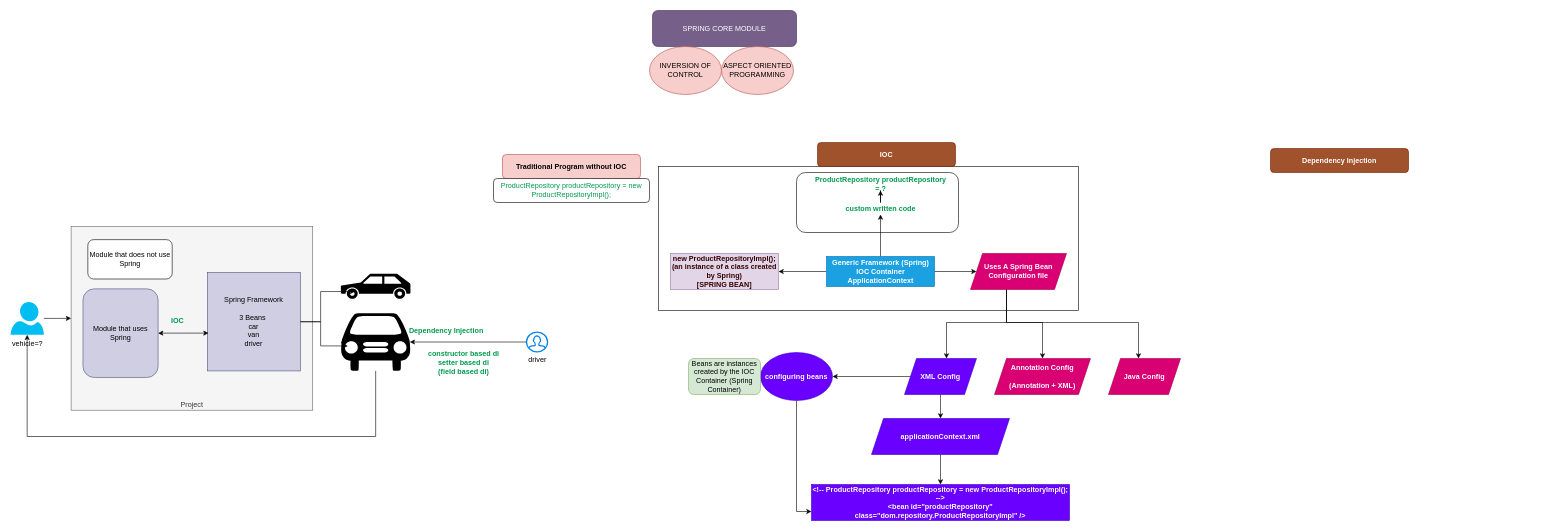
Above: page "spring-core" (2 of 3) of spring-core.drawio in ujjawal09/spring-github (draw.io), before the change. Source tidied: cells renumbered, new cells numbered last; positions are measured from the earlier drawing's top-left corner, leaving out a move shared by most shapes. Both pictures are drawn from the tidied source at 60%, with x=0, y=0 at pixel (10, 10).
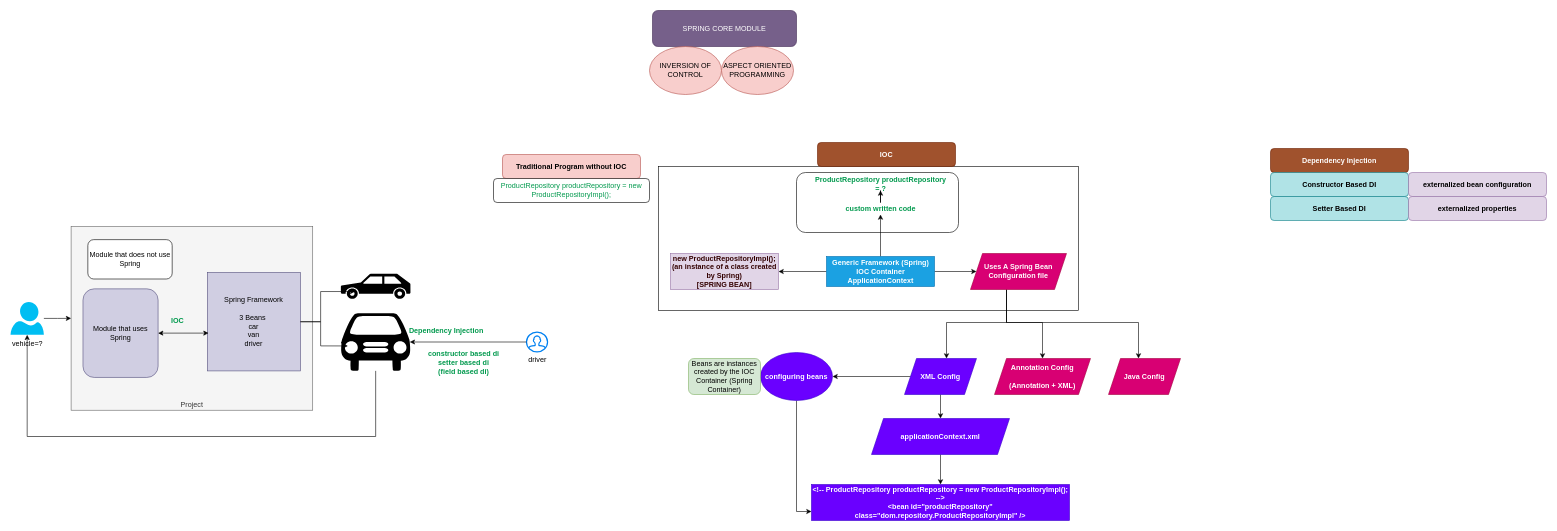
Above is the later version.

What changed in the source:
```diff
@@
+    <mxCell id="54" value="Constructor Based DI" style="rounded=1;whiteSpace=wrap;html=1;fillColor=#b0e3e6;strokeColor=#0e8088;fontStyle=1;" parent="1" vertex="1">
+      <mxGeometry x="2100" y="270" width="230" height="40" as="geometry" />
+    </mxCell>
+    <mxCell id="55" value="Setter Based DI" style="rounded=1;whiteSpace=wrap;html=1;fillColor=#b0e3e6;strokeColor=#0e8088;fontStyle=1;" parent="1" vertex="1">
+      <mxGeometry x="2100" y="310" width="230" height="40" as="geometry" />
+    </mxCell>
+    <mxCell id="56" value="externalized bean configuration" style="rounded=1;whiteSpace=wrap;html=1;fillColor=#e1d5e7;strokeColor=#9673a6;fontStyle=1;" parent="1" vertex="1">
+      <mxGeometry x="2330" y="270" width="230" height="40" as="geometry" />
+    </mxCell>
+    <mxCell id="57" value="externalized properties" style="rounded=1;whiteSpace=wrap;html=1;fillColor=#e1d5e7;strokeColor=#9673a6;fontStyle=1;" parent="1" vertex="1">
+      <mxGeometry x="2330" y="310" width="230" height="40" as="geometry" />
+    </mxCell>
```
